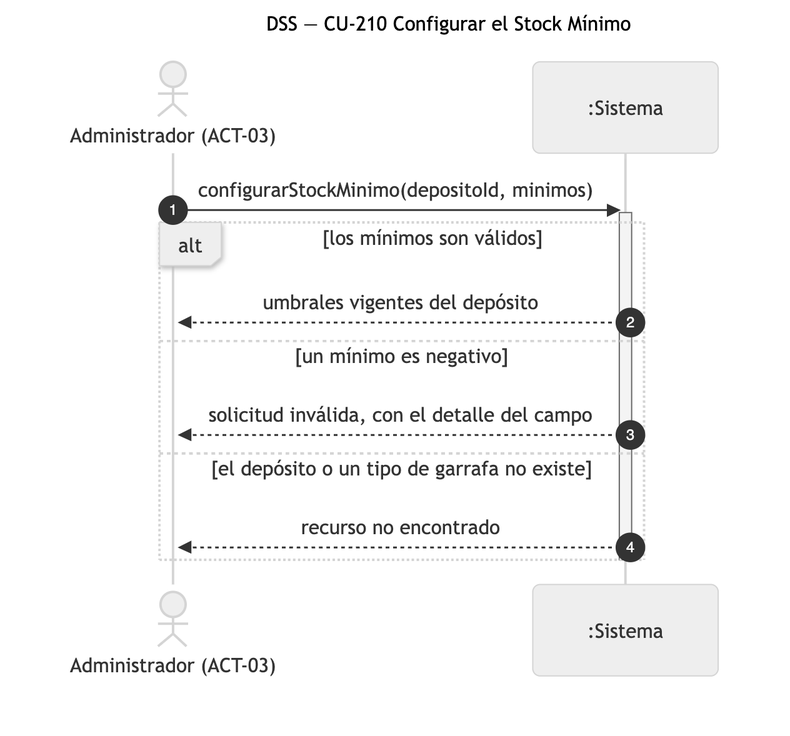
Above: diagramas/png/DSS_CU-210_Configurar-el-Stock-Minimo.png in Nahuelito-Dev/splg-docs (Mermaid), before the change. Its source is kept beside it as diagramas/DSS_CU-210_Configurar-el-Stock-Minimo.mmd. Its diagram source:
```mermaid
sequenceDiagram
    title DSS — CU-210 Configurar el Stock Mínimo
    autonumber
    actor ADM as Administrador (ACT-03)
    participant SIS as :Sistema

    ADM->>SIS: configurarStockMinimo(depositoId, minimos)
    activate SIS
    alt los mínimos son válidos
        SIS-->>ADM: umbrales vigentes del depósito
    else un mínimo es negativo
        SIS-->>ADM: solicitud inválida, con el detalle del campo
    else el depósito o un tipo de garrafa no existe
        SIS-->>ADM: recurso no encontrado
    end
    deactivate SIS
```
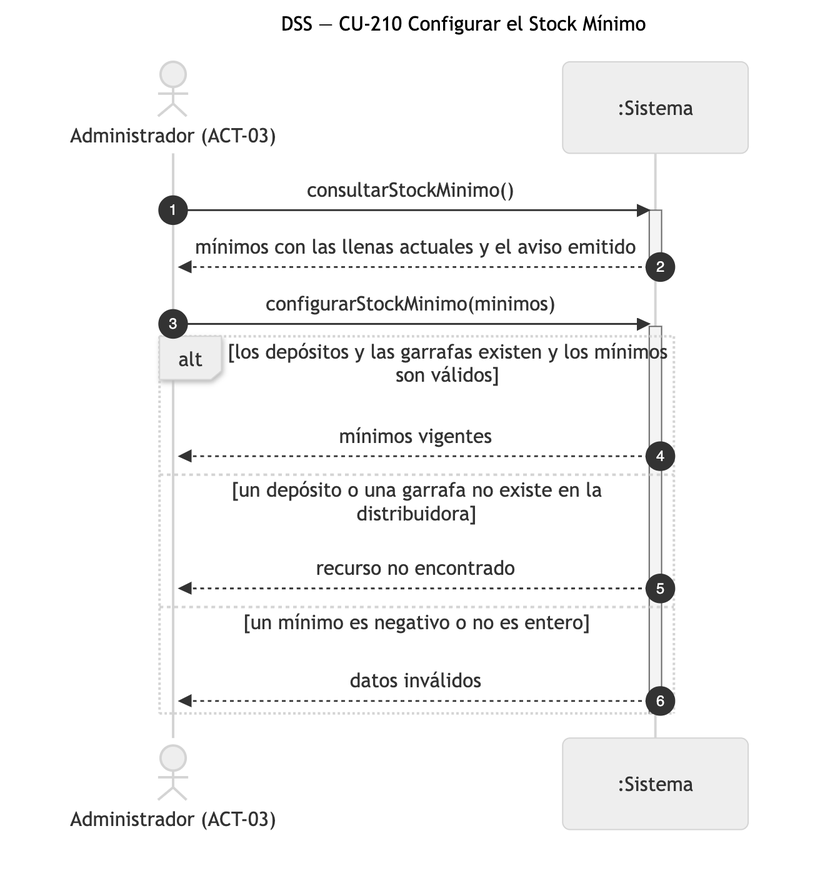
The same file after the commit.

The edit, as a diff of the source:
```diff
@@ -4,13 +4,18 @@
     actor ADM as Administrador (ACT-03)
     participant SIS as :Sistema
 
-    ADM->>SIS: configurarStockMinimo(depositoId, minimos)
+    ADM->>SIS: consultarStockMinimo()
     activate SIS
-    alt los mínimos son válidos
-        SIS-->>ADM: umbrales vigentes del depósito
-    else un mínimo es negativo
-        SIS-->>ADM: solicitud inválida, con el detalle del campo
-    else el depósito o un tipo de garrafa no existe
+    SIS-->>ADM: mínimos con las llenas actuales y el aviso emitido
+    deactivate SIS
+
+    ADM->>SIS: configurarStockMinimo(minimos)
+    activate SIS
+    alt los depósitos y las garrafas existen y los mínimos son válidos
+        SIS-->>ADM: mínimos vigentes
+    else un depósito o una garrafa no existe en la distribuidora
         SIS-->>ADM: recurso no encontrado
+    else un mínimo es negativo o no es entero
+        SIS-->>ADM: datos inválidos
     end
     deactivate SIS
```
